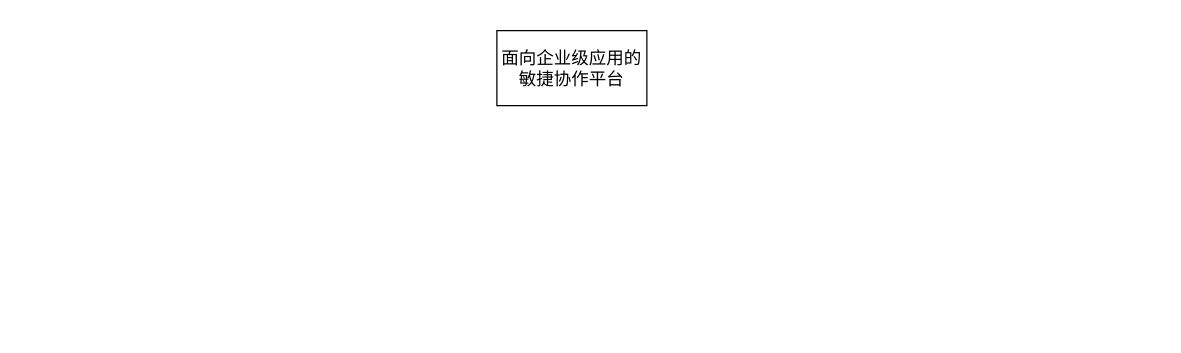
Above: system.drawio in qf2020/drawio (draw.io), before the change. Source tidied: cells renumbered, new cells numbered last; positions are measured from the earlier drawing's top-left corner, leaving out a move shared by most shapes. Both pictures are drawn from the tidied source at 125%, with x=0, y=0 at pixel (496, 30).
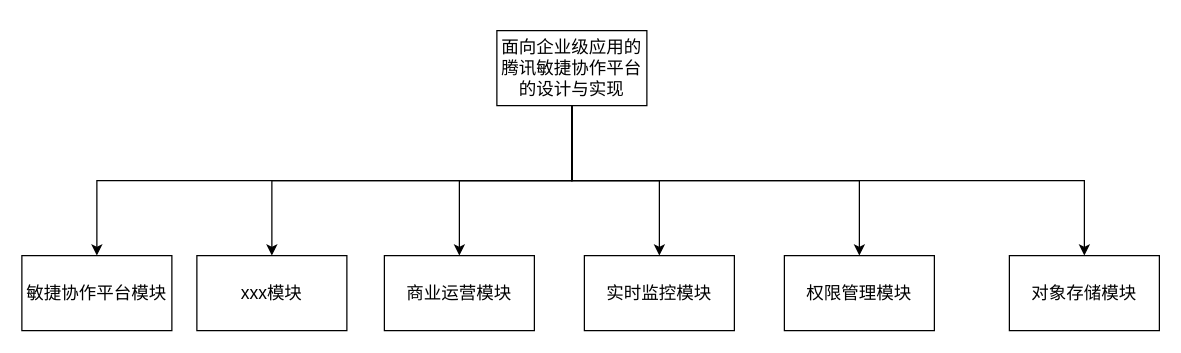
The same page after the edit.

Diff of the diagram source:
```diff
@@
 <mxGraphModel>
   <root>
     <mxCell id="0" />
     <mxCell id="1" parent="0" />
+    <mxCell id="3" style="edgeStyle=orthogonalEdgeStyle;rounded=0;jettySize=auto;html=1;exitX=0.5;exitY=1;exitDx=0;exitDy=0;" parent="1" edge="1" source="2" target="12">
+      <mxGeometry relative="1" as="geometry" />
+    </mxCell>
+    <mxCell id="4" style="edgeStyle=orthogonalEdgeStyle;rounded=0;jettySize=auto;html=1;exitX=0.5;exitY=1;exitDx=0;exitDy=0;" parent="1" edge="1" source="2" target="11">
+      <mxGeometry relative="1" as="geometry" />
+    </mxCell>
+    <mxCell id="5" style="edgeStyle=orthogonalEdgeStyle;rounded=0;jettySize=auto;html=1;exitX=0.5;exitY=1;exitDx=0;exitDy=0;entryX=0.5;entryY=0;entryDx=0;entryDy=0;" parent="1" edge="1" source="2" target="10">
+      <mxGeometry relative="1" as="geometry" />
+    </mxCell>
+    <mxCell id="6" style="edgeStyle=orthogonalEdgeStyle;rounded=0;jettySize=auto;html=1;exitX=0.5;exitY=1;exitDx=0;exitDy=0;entryX=0.5;entryY=0;entryDx=0;entryDy=0;" parent="1" edge="1" source="2" target="9">
+      <mxGeometry relative="1" as="geometry" />
+    </mxCell>
+    <mxCell id="7" style="edgeStyle=orthogonalEdgeStyle;rounded=0;jettySize=auto;html=1;exitX=0.5;exitY=1;exitDx=0;exitDy=0;" parent="1" edge="1" source="2" target="13">
+      <mxGeometry relative="1" as="geometry" />
+    </mxCell>
+    <mxCell id="8" style="edgeStyle=orthogonalEdgeStyle;rounded=0;jettySize=auto;html=1;exitX=0.5;exitY=1;exitDx=0;exitDy=0;entryX=0.5;entryY=0;entryDx=0;entryDy=0;" parent="1" edge="1" source="2" target="14">
+      <mxGeometry relative="1" as="geometry" />
+    </mxCell>
-    <mxCell id="2" value="&lt;p class=&quot;MsoNormal&quot;&gt;&lt;span style=&quot;mso-spacerun:'yes';font-family:宋体;mso-bidi-font-family:'Times New Roman';&lt;br/&gt;mso-bidi-font-weight:bold;font-size:10.5000pt;mso-font-kerning:1.0000pt;&quot;&gt;面向企业级应用的敏捷协作平台&lt;/span&gt;&lt;/p&gt;" style="rounded=0;whiteSpace=wrap;html=1;" parent="1" vertex="1">
+    <mxCell id="2" value="&lt;p class=&quot;MsoNormal&quot;&gt;&lt;span style=&quot;mso-spacerun:'yes';font-family:宋体;mso-bidi-font-family:'Times New Roman';&#10;mso-bidi-font-weight:bold;font-size:10.5000pt;mso-font-kerning:1.0000pt;&quot;&gt;&lt;font face=&quot;宋体&quot;&gt;面向企业级应用的腾讯敏捷协作平台的设计与实现&lt;/font&gt;&lt;/span&gt;&lt;/p&gt;" style="rounded=0;whiteSpace=wrap;html=1;" parent="1" vertex="1">
       <mxGeometry width="120" height="60" as="geometry" />
     </mxCell>
+    <mxCell id="9" value="&lt;p class=&quot;MsoNormal&quot;&gt;&lt;span style=&quot;mso-spacerun:'yes';font-family:宋体;mso-bidi-font-family:'Times New Roman';&lt;br/&gt;mso-bidi-font-weight:bold;font-size:10.5000pt;mso-font-kerning:1.0000pt;&quot;&gt;&lt;font face=&quot;宋体&quot;&gt;对象存储模块&lt;/font&gt;&lt;/span&gt;&lt;/p&gt;" style="rounded=0;whiteSpace=wrap;html=1;" parent="1" vertex="1">
+      <mxGeometry x="410" y="180" width="120" height="60" as="geometry" />
+    </mxCell>
+    <mxCell id="10" value="&lt;p class=&quot;MsoNormal&quot;&gt;&lt;font face=&quot;宋体&quot;&gt;&lt;span style=&quot;font-size: 14px;&quot;&gt;权限管理模块&lt;/span&gt;&lt;/font&gt;&lt;/p&gt;" style="rounded=0;whiteSpace=wrap;html=1;" parent="1" vertex="1">
+      <mxGeometry x="230" y="180" width="120" height="60" as="geometry" />
+    </mxCell>
+    <mxCell id="11" value="&lt;p class=&quot;MsoNormal&quot;&gt;&lt;span style=&quot;font-family: 宋体; font-size: 14px;&quot;&gt;实时监控模块&lt;/span&gt;&lt;/p&gt;" style="rounded=0;whiteSpace=wrap;html=1;" parent="1" vertex="1">
+      <mxGeometry x="70" y="180" width="120" height="60" as="geometry" />
+    </mxCell>
+    <mxCell id="12" value="&lt;p class=&quot;MsoNormal&quot;&gt;&lt;font face=&quot;宋体&quot;&gt;&lt;span style=&quot;font-size: 14px;&quot;&gt;敏捷协作平台模块&lt;/span&gt;&lt;/font&gt;&lt;/p&gt;" style="rounded=0;whiteSpace=wrap;html=1;" parent="1" vertex="1">
+      <mxGeometry x="-380" y="180" width="120" height="60" as="geometry" />
+    </mxCell>
+    <mxCell id="13" value="&lt;p class=&quot;MsoNormal&quot;&gt;&lt;font face=&quot;宋体&quot;&gt;&lt;span style=&quot;font-size: 14px;&quot;&gt;商业运营模块&lt;/span&gt;&lt;/font&gt;&lt;/p&gt;" style="rounded=0;whiteSpace=wrap;html=1;" parent="1" vertex="1">
+      <mxGeometry x="-90" y="180" width="120" height="60" as="geometry" />
+    </mxCell>
+    <mxCell id="14" value="&lt;p class=&quot;MsoNormal&quot;&gt;&lt;span style=&quot;font-family: 宋体; font-size: 14px;&quot;&gt;xxx模块&lt;/span&gt;&lt;/p&gt;" style="rounded=0;whiteSpace=wrap;html=1;" parent="1" vertex="1">
+      <mxGeometry x="-240" y="180" width="120" height="60" as="geometry" />
+    </mxCell>
   </root>
 </mxGraphModel>
```
